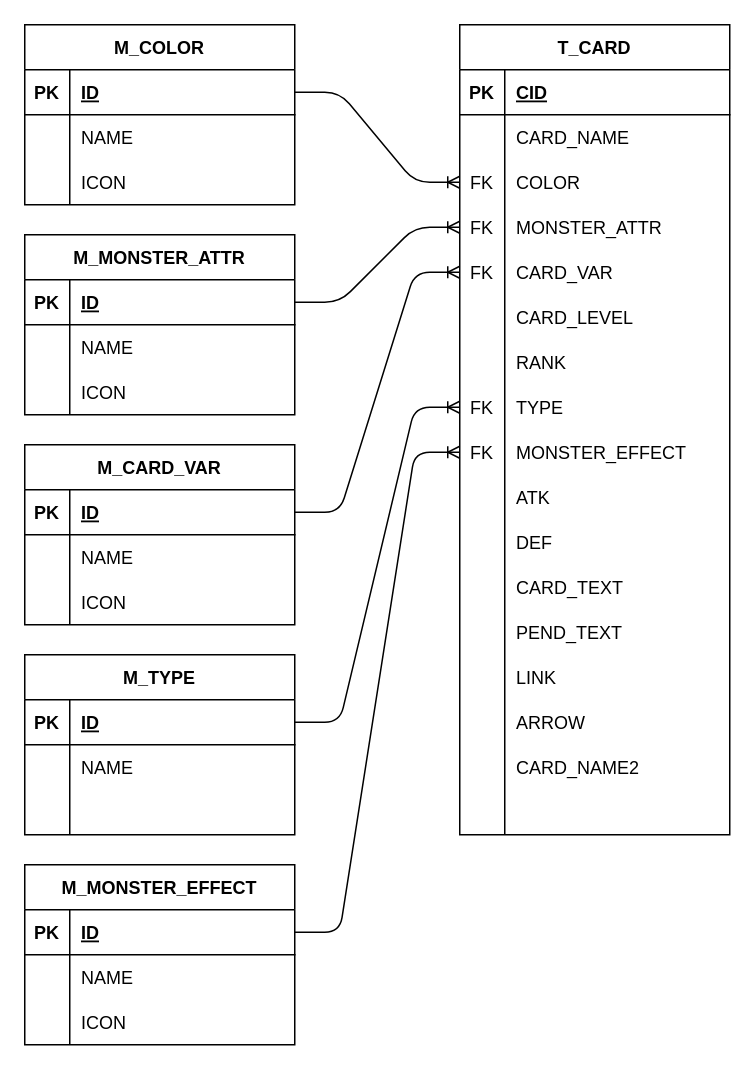
Above: Untitled Diagram.drawio in yutampp/proxycardmaker2 (draw.io), before the change. Source tidied: cells renumbered, new cells numbered last; positions are measured from the earlier drawing's top-left corner, leaving out a move shared by most shapes. Both pictures are drawn from the tidied source at 150%, with x=0, y=0 at pixel (24, 24).
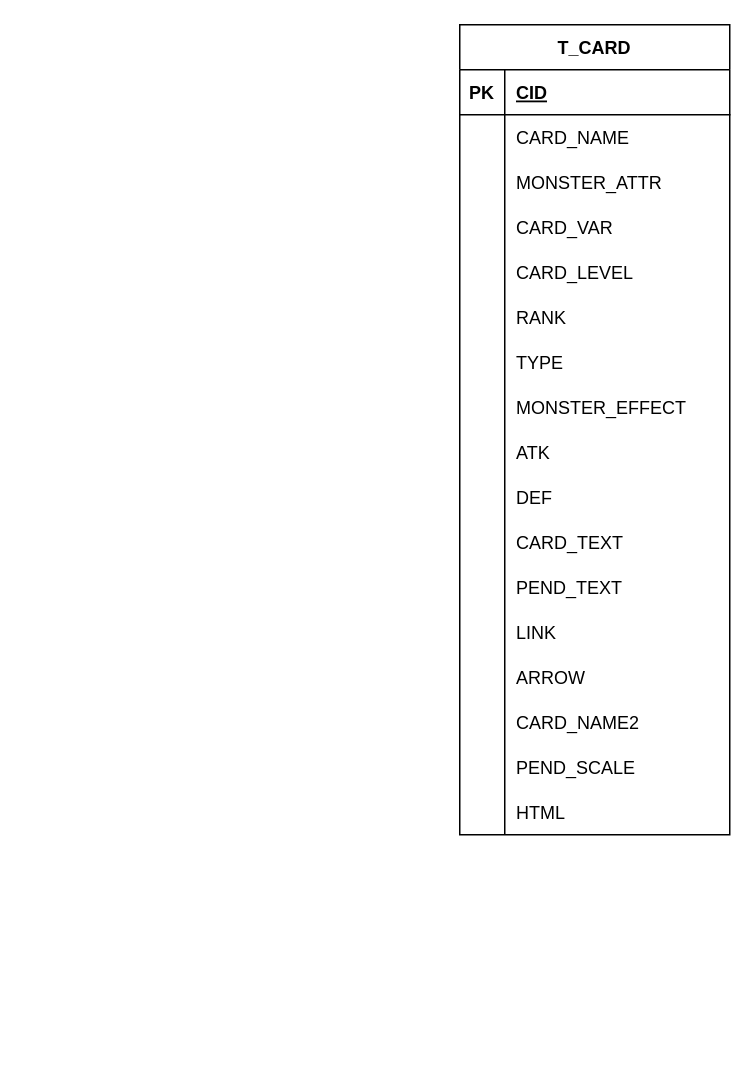
Above is the later version.

The change refers to these unchanged cells:
```xml
<mxCell id="53" value="T_CARD" style="shape=table;startSize=30;childLayout=tableLayout;rowLines=0;fontStyle=1;align=center;" parent="1" vertex="1">
  <mxGeometry x="290" width="180" height="540" as="geometry" />
</mxCell>
```

What changed in the source:
```diff
@@
-    <mxCell id="2" value="M_COLOR" style="shape=table;startSize=30;childLayout=tableLayout;rowLines=0;fontStyle=1;align=center;" parent="1" vertex="1">
-      <mxGeometry width="180" height="120" as="geometry" />
-    </mxCell>
-    <mxCell id="3" style="shape=partialRectangle;fillColor=none;top=0;left=0;bottom=1;right=0;points=[[0,0.5],[1,0.5]];portConstraint=eastwest;" parent="2" vertex="1">
-      <mxGeometry y="30" width="180" height="30" as="geometry" />
-    </mxCell>
-    <mxCell id="4" value="PK" style="shape=partialRectangle;fillColor=none;top=0;left=0;bottom=0;right=0;fontStyle=1;overflow=hidden;" parent="3" vertex="1">
-      <mxGeometry width="30" height="30" as="geometry" />
-    </mxCell>
-    <mxCell id="5" value="ID" style="shape=partialRectangle;fillColor=none;top=0;left=0;bottom=0;right=0;align=left;spacingLeft=6;fontStyle=5;overflow=hidden;" parent="3" vertex="1">
-      <mxGeometry x="30" width="150" height="30" as="geometry" />
-    </mxCell>
-    <mxCell id="6" style="shape=partialRectangle;fillColor=none;top=0;left=0;bottom=0;right=0;" parent="2" vertex="1">
-      <mxGeometry y="60" width="180" height="30" as="geometry" />
-    </mxCell>
-    <mxCell id="7" style="shape=partialRectangle;fillColor=none;top=0;left=0;bottom=0;right=0;overflow=hidden;" parent="6" vertex="1">
-      <mxGeometry width="30" height="30" as="geometry" />
-    </mxCell>
-    <mxCell id="8" value="NAME" style="shape=partialRectangle;fillColor=none;top=0;left=0;bottom=0;right=0;align=left;spacingLeft=6;overflow=hidden;" parent="6" vertex="1">
-      <mxGeometry x="30" width="150" height="30" as="geometry" />
-    </mxCell>
-    <mxCell id="9" style="shape=partialRectangle;fillColor=none;top=0;left=0;bottom=0;right=0;" parent="2" vertex="1">
-      <mxGeometry y="90" width="180" height="30" as="geometry" />
-    </mxCell>
-    <mxCell id="10" style="shape=partialRectangle;fillColor=none;top=0;left=0;bottom=0;right=0;overflow=hidden;" parent="9" vertex="1">
-      <mxGeometry width="30" height="30" as="geometry" />
-    </mxCell>
-    <mxCell id="11" value="ICON" style="shape=partialRectangle;fillColor=none;top=0;left=0;bottom=0;right=0;align=left;spacingLeft=6;overflow=hidden;" parent="9" vertex="1">
-      <mxGeometry x="30" width="150" height="30" as="geometry" />
-    </mxCell>
-    <mxCell id="12" value="M_MONSTER_ATTR" style="shape=table;startSize=30;childLayout=tableLayout;rowLines=0;fontStyle=1;align=center;" parent="1" vertex="1">
-      <mxGeometry y="140" width="180" height="120" as="geometry" />
-    </mxCell>
-    <mxCell id="13" style="shape=partialRectangle;fillColor=none;top=0;left=0;bottom=1;right=0;points=[[0,0.5],[1,0.5]];portConstraint=eastwest;" parent="12" vertex="1">
-      <mxGeometry y="30" width="180" height="30" as="geometry" />
-    </mxCell>
-    <mxCell id="14" value="PK" style="shape=partialRectangle;fillColor=none;top=0;left=0;bottom=0;right=0;fontStyle=1;overflow=hidden;" parent="13" vertex="1">
-      <mxGeometry width="30" height="30" as="geometry" />
-    </mxCell>
-    <mxCell id="15" value="ID" style="shape=partialRectangle;fillColor=none;top=0;left=0;bottom=0;right=0;align=left;spacingLeft=6;fontStyle=5;overflow=hidden;" parent="13" vertex="1">
-      <mxGeometry x="30" width="150" height="30" as="geometry" />
-    </mxCell>
-    <mxCell id="16" style="shape=partialRectangle;fillColor=none;top=0;left=0;bottom=0;right=0;" parent="12" vertex="1">
-      <mxGeometry y="60" width="180" height="30" as="geometry" />
-    </mxCell>
-    <mxCell id="17" style="shape=partialRectangle;fillColor=none;top=0;left=0;bottom=0;right=0;overflow=hidden;" parent="16" vertex="1">
-      <mxGeometry width="30" height="30" as="geometry" />
-    </mxCell>
-    <mxCell id="18" value="NAME" style="shape=partialRectangle;fillColor=none;top=0;left=0;bottom=0;right=0;align=left;spacingLeft=6;overflow=hidden;" parent="16" vertex="1">
-      <mxGeometry x="30" width="150" height="30" as="geometry" />
-    </mxCell>
-    <mxCell id="19" style="shape=partialRectangle;fillColor=none;top=0;left=0;bottom=0;right=0;" parent="12" vertex="1">
-      <mxGeometry y="90" width="180" height="30" as="geometry" />
-    </mxCell>
-    <mxCell id="20" style="shape=partialRectangle;fillColor=none;top=0;left=0;bottom=0;right=0;overflow=hidden;" parent="19" vertex="1">
-      <mxGeometry width="30" height="30" as="geometry" />
-    </mxCell>
-    <mxCell id="21" value="ICON" style="shape=partialRectangle;fillColor=none;top=0;left=0;bottom=0;right=0;align=left;spacingLeft=6;overflow=hidden;" parent="19" vertex="1">
-      <mxGeometry x="30" width="150" height="30" as="geometry" />
-    </mxCell>
-    <mxCell id="22" value="M_CARD_VAR" style="shape=table;startSize=30;childLayout=tableLayout;rowLines=0;fontStyle=1;align=center;" parent="1" vertex="1">
-      <mxGeometry y="280" width="180" height="120" as="geometry" />
-    </mxCell>
-    <mxCell id="23" style="shape=partialRectangle;fillColor=none;top=0;left=0;bottom=1;right=0;points=[[0,0.5],[1,0.5]];portConstraint=eastwest;" parent="22" vertex="1">
-      <mxGeometry y="30" width="180" height="30" as="geometry" />
-    </mxCell>
-    <mxCell id="24" value="PK" style="shape=partialRectangle;fillColor=none;top=0;left=0;bottom=0;right=0;fontStyle=1;overflow=hidden;" parent="23" vertex="1">
-      <mxGeometry width="30" height="30" as="geometry" />
-    </mxCell>
-    <mxCell id="25" value="ID" style="shape=partialRectangle;fillColor=none;top=0;left=0;bottom=0;right=0;align=left;spacingLeft=6;fontStyle=5;overflow=hidden;" parent="23" vertex="1">
-      <mxGeometry x="30" width="150" height="30" as="geometry" />
-    </mxCell>
-    <mxCell id="26" style="shape=partialRectangle;fillColor=none;top=0;left=0;bottom=0;right=0;" parent="22" vertex="1">
-      <mxGeometry y="60" width="180" height="30" as="geometry" />
-    </mxCell>
-    <mxCell id="27" style="shape=partialRectangle;fillColor=none;top=0;left=0;bottom=0;right=0;overflow=hidden;" parent="26" vertex="1">
-      <mxGeometry width="30" height="30" as="geometry" />
-    </mxCell>
-    <mxCell id="28" value="NAME" style="shape=partialRectangle;fillColor=none;top=0;left=0;bottom=0;right=0;align=left;spacingLeft=6;overflow=hidden;" parent="26" vertex="1">
-      <mxGeometry x="30" width="150" height="30" as="geometry" />
-    </mxCell>
-    <mxCell id="29" style="shape=partialRectangle;fillColor=none;top=0;left=0;bottom=0;right=0;" parent="22" vertex="1">
-      <mxGeometry y="90" width="180" height="30" as="geometry" />
-    </mxCell>
-    <mxCell id="30" style="shape=partialRectangle;fillColor=none;top=0;left=0;bottom=0;right=0;overflow=hidden;" parent="29" vertex="1">
-      <mxGeometry width="30" height="30" as="geometry" />
-    </mxCell>
-    <mxCell id="31" value="ICON" style="shape=partialRectangle;fillColor=none;top=0;left=0;bottom=0;right=0;align=left;spacingLeft=6;overflow=hidden;" parent="29" vertex="1">
-      <mxGeometry x="30" width="150" height="30" as="geometry" />
-    </mxCell>
-    <mxCell id="32" value="M_TYPE" style="shape=table;startSize=30;childLayout=tableLayout;rowLines=0;fontStyle=1;align=center;" parent="1" vertex="1">
-      <mxGeometry y="420" width="180" height="120" as="geometry" />
-    </mxCell>
-    <mxCell id="33" style="shape=partialRectangle;fillColor=none;top=0;left=0;bottom=1;right=0;points=[[0,0.5],[1,0.5]];portConstraint=eastwest;" parent="32" vertex="1">
-      <mxGeometry y="30" width="180" height="30" as="geometry" />
-    </mxCell>
-    <mxCell id="34" value="PK" style="shape=partialRectangle;fillColor=none;top=0;left=0;bottom=0;right=0;fontStyle=1;overflow=hidden;" parent="33" vertex="1">
-      <mxGeometry width="30" height="30" as="geometry" />
-    </mxCell>
-    <mxCell id="35" value="ID" style="shape=partialRectangle;fillColor=none;top=0;left=0;bottom=0;right=0;align=left;spacingLeft=6;fontStyle=5;overflow=hidden;" parent="33" vertex="1">
-      <mxGeometry x="30" width="150" height="30" as="geometry" />
-    </mxCell>
-    <mxCell id="36" style="shape=partialRectangle;fillColor=none;top=0;left=0;bottom=0;right=0;" parent="32" vertex="1">
-      <mxGeometry y="60" width="180" height="30" as="geometry" />
-    </mxCell>
-    <mxCell id="37" style="shape=partialRectangle;fillColor=none;top=0;left=0;bottom=0;right=0;overflow=hidden;" parent="36" vertex="1">
-      <mxGeometry width="30" height="30" as="geometry" />
-    </mxCell>
-    <mxCell id="38" value="NAME" style="shape=partialRectangle;fillColor=none;top=0;left=0;bottom=0;right=0;align=left;spacingLeft=6;overflow=hidden;" parent="36" vertex="1">
-      <mxGeometry x="30" width="150" height="30" as="geometry" />
-    </mxCell>
-    <mxCell id="39" style="shape=partialRectangle;fillColor=none;top=0;left=0;bottom=0;right=0;" parent="32" vertex="1">
-      <mxGeometry y="90" width="180" height="30" as="geometry" />
-    </mxCell>
-    <mxCell id="40" style="shape=partialRectangle;fillColor=none;top=0;left=0;bottom=0;right=0;overflow=hidden;" parent="39" vertex="1">
-      <mxGeometry width="30" height="30" as="geometry" />
-    </mxCell>
-    <mxCell id="41" style="shape=partialRectangle;fillColor=none;top=0;left=0;bottom=0;right=0;align=left;spacingLeft=6;overflow=hidden;" parent="39" vertex="1">
-      <mxGeometry x="30" width="150" height="30" as="geometry" />
-    </mxCell>
-    <mxCell id="42" value="M_MONSTER_EFFECT" style="shape=table;startSize=30;childLayout=tableLayout;rowLines=0;fontStyle=1;align=center;" parent="1" vertex="1">
-      <mxGeometry y="560" width="180" height="120" as="geometry" />
-    </mxCell>
-    <mxCell id="43" style="shape=partialRectangle;fillColor=none;top=0;left=0;bottom=1;right=0;points=[[0,0.5],[1,0.5]];portConstraint=eastwest;" parent="42" vertex="1">
-      <mxGeometry y="30" width="180" height="30" as="geometry" />
-    </mxCell>
-    <mxCell id="44" value="PK" style="shape=partialRectangle;fillColor=none;top=0;left=0;bottom=0;right=0;fontStyle=1;overflow=hidden;" parent="43" vertex="1">
-      <mxGeometry width="30" height="30" as="geometry" />
-    </mxCell>
-    <mxCell id="45" value="ID" style="shape=partialRectangle;fillColor=none;top=0;left=0;bottom=0;right=0;align=left;spacingLeft=6;fontStyle=5;overflow=hidden;" parent="43" vertex="1">
-      <mxGeometry x="30" width="150" height="30" as="geometry" />
-    </mxCell>
-    <mxCell id="46" style="shape=partialRectangle;fillColor=none;top=0;left=0;bottom=0;right=0;" parent="42" vertex="1">
-      <mxGeometry y="60" width="180" height="30" as="geometry" />
-    </mxCell>
-    <mxCell id="47" style="shape=partialRectangle;fillColor=none;top=0;left=0;bottom=0;right=0;overflow=hidden;" parent="46" vertex="1">
-      <mxGeometry width="30" height="30" as="geometry" />
-    </mxCell>
-    <mxCell id="48" value="NAME" style="shape=partialRectangle;fillColor=none;top=0;left=0;bottom=0;right=0;align=left;spacingLeft=6;overflow=hidden;" parent="46" vertex="1">
-      <mxGeometry x="30" width="150" height="30" as="geometry" />
-    </mxCell>
-    <mxCell id="49" style="shape=partialRectangle;fillColor=none;top=0;left=0;bottom=0;right=0;" parent="42" vertex="1">
-      <mxGeometry y="90" width="180" height="30" as="geometry" />
-    </mxCell>
-    <mxCell id="50" style="shape=partialRectangle;fillColor=none;top=0;left=0;bottom=0;right=0;overflow=hidden;" parent="49" vertex="1">
-      <mxGeometry width="30" height="30" as="geometry" />
-    </mxCell>
-    <mxCell id="51" value="ICON" style="shape=partialRectangle;fillColor=none;top=0;left=0;bottom=0;right=0;align=left;spacingLeft=6;overflow=hidden;" parent="49" vertex="1">
-      <mxGeometry x="30" width="150" height="30" as="geometry" />
-    </mxCell>
-    <mxCell id="52" style="edgeStyle=entityRelationEdgeStyle;fontSize=12;html=1;endArrow=ERoneToMany;exitX=1;exitY=0.5;exitDx=0;exitDy=0;" parent="1" edge="1" source="3" target="60">
-      <mxGeometry relative="1" as="geometry" />
-    </mxCell>
@@
-    <mxCell id="60" style="shape=partialRectangle;fillColor=none;top=0;left=0;bottom=0;right=0;points=[[0,0.5],[1,0.5]];portConstraint=eastwest;" parent="53" vertex="1">
-      <mxGeometry y="90" width="180" height="30" as="geometry" />
-    </mxCell>
-    <mxCell id="61" value="FK" style="shape=partialRectangle;fillColor=none;top=0;left=0;bottom=0;right=0;overflow=hidden;" parent="60" vertex="1">
-      <mxGeometry width="30" height="30" as="geometry" />
-    </mxCell>
-    <mxCell id="62" value="COLOR" style="shape=partialRectangle;fillColor=none;top=0;left=0;bottom=0;right=0;align=left;spacingLeft=6;overflow=hidden;" parent="60" vertex="1">
-      <mxGeometry x="30" width="150" height="30" as="geometry" />
-    </mxCell>
     <mxCell id="63" style="shape=partialRectangle;fillColor=none;top=0;left=0;bottom=0;right=0;points=[[0,0.5],[1,0.5]];portConstraint=eastwest;" parent="53" vertex="1">
-      <mxGeometry y="120" width="180" height="30" as="geometry" />
+      <mxGeometry y="90" width="180" height="30" as="geometry" />
     </mxCell>
-    <mxCell id="64" value="FK" style="shape=partialRectangle;fillColor=none;top=0;left=0;bottom=0;right=0;overflow=hidden;" parent="63" vertex="1">
+    <mxCell id="64" style="shape=partialRectangle;fillColor=none;top=0;left=0;bottom=0;right=0;overflow=hidden;" parent="63" vertex="1">
       <mxGeometry width="30" height="30" as="geometry" />
     </mxCell>
@@
     <mxCell id="66" style="shape=partialRectangle;fillColor=none;top=0;left=0;bottom=0;right=0;points=[[0,0.5],[1,0.5]];portConstraint=eastwest;" parent="53" vertex="1">
-      <mxGeometry y="150" width="180" height="30" as="geometry" />
+      <mxGeometry y="120" width="180" height="30" as="geometry" />
     </mxCell>
-    <mxCell id="67" value="FK" style="shape=partialRectangle;fillColor=none;top=0;left=0;bottom=0;right=0;overflow=hidden;" parent="66" vertex="1">
+    <mxCell id="67" style="shape=partialRectangle;fillColor=none;top=0;left=0;bottom=0;right=0;overflow=hidden;" parent="66" vertex="1">
       <mxGeometry width="30" height="30" as="geometry" />
     </mxCell>
@@
     <mxCell id="69" style="shape=partialRectangle;fillColor=none;top=0;left=0;bottom=0;right=0;" parent="53" vertex="1">
-      <mxGeometry y="180" width="180" height="30" as="geometry" />
+      <mxGeometry y="150" width="180" height="30" as="geometry" />
     </mxCell>
@@
     <mxCell id="72" style="shape=partialRectangle;fillColor=none;top=0;left=0;bottom=0;right=0;" parent="53" vertex="1">
-      <mxGeometry y="210" width="180" height="30" as="geometry" />
+      <mxGeometry y="180" width="180" height="30" as="geometry" />
     </mxCell>
@@
     <mxCell id="75" style="shape=partialRectangle;fillColor=none;top=0;left=0;bottom=0;right=0;points=[[0,0.5],[1,0.5]];portConstraint=eastwest;" parent="53" vertex="1">
-      <mxGeometry y="240" width="180" height="30" as="geometry" />
+      <mxGeometry y="210" width="180" height="30" as="geometry" />
     </mxCell>
-    <mxCell id="76" value="FK" style="shape=partialRectangle;fillColor=none;top=0;left=0;bottom=0;right=0;overflow=hidden;" parent="75" vertex="1">
+    <mxCell id="76" style="shape=partialRectangle;fillColor=none;top=0;left=0;bottom=0;right=0;overflow=hidden;" parent="75" vertex="1">
       <mxGeometry width="30" height="30" as="geometry" />
     </mxCell>
@@
     <mxCell id="78" style="shape=partialRectangle;fillColor=none;top=0;left=0;bottom=0;right=0;points=[[0,0.5],[1,0.5]];portConstraint=eastwest;" parent="53" vertex="1">
-      <mxGeometry y="270" width="180" height="30" as="geometry" />
+      <mxGeometry y="240" width="180" height="30" as="geometry" />
     </mxCell>
-    <mxCell id="79" value="FK" style="shape=partialRectangle;fillColor=none;top=0;left=0;bottom=0;right=0;overflow=hidden;" parent="78" vertex="1">
+    <mxCell id="79" style="shape=partialRectangle;fillColor=none;top=0;left=0;bottom=0;right=0;overflow=hidden;" parent="78" vertex="1">
       <mxGeometry width="30" height="30" as="geometry" />
     </mxCell>
@@
     <mxCell id="81" style="shape=partialRectangle;fillColor=none;top=0;left=0;bottom=0;right=0;" parent="53" vertex="1">
-      <mxGeometry y="300" width="180" height="30" as="geometry" />
+      <mxGeometry y="270" width="180" height="30" as="geometry" />
     </mxCell>
@@
     <mxCell id="84" style="shape=partialRectangle;fillColor=none;top=0;left=0;bottom=0;right=0;" parent="53" vertex="1">
-      <mxGeometry y="330" width="180" height="30" as="geometry" />
+      <mxGeometry y="300" width="180" height="30" as="geometry" />
     </mxCell>
@@
     <mxCell id="87" style="shape=partialRectangle;fillColor=none;top=0;left=0;bottom=0;right=0;" parent="53" vertex="1">
-      <mxGeometry y="360" width="180" height="30" as="geometry" />
+      <mxGeometry y="330" width="180" height="30" as="geometry" />
     </mxCell>
@@
     <mxCell id="90" style="shape=partialRectangle;fillColor=none;top=0;left=0;bottom=0;right=0;" parent="53" vertex="1">
-      <mxGeometry y="390" width="180" height="30" as="geometry" />
+      <mxGeometry y="360" width="180" height="30" as="geometry" />
     </mxCell>
@@
     <mxCell id="93" style="shape=partialRectangle;fillColor=none;top=0;left=0;bottom=0;right=0;" parent="53" vertex="1">
-      <mxGeometry y="420" width="180" height="30" as="geometry" />
+      <mxGeometry y="390" width="180" height="30" as="geometry" />
     </mxCell>
@@
     <mxCell id="96" style="shape=partialRectangle;fillColor=none;top=0;left=0;bottom=0;right=0;" parent="53" vertex="1">
-      <mxGeometry y="450" width="180" height="30" as="geometry" />
+      <mxGeometry y="420" width="180" height="30" as="geometry" />
     </mxCell>
@@
     <mxCell id="99" style="shape=partialRectangle;fillColor=none;top=0;left=0;bottom=0;right=0;" parent="53" vertex="1">
-      <mxGeometry y="480" width="180" height="30" as="geometry" />
+      <mxGeometry y="450" width="180" height="30" as="geometry" />
     </mxCell>
@@
     <mxCell id="102" style="shape=partialRectangle;fillColor=none;top=0;left=0;bottom=0;right=0;" parent="53" vertex="1">
-      <mxGeometry y="510" width="180" height="30" as="geometry" />
+      <mxGeometry y="480" width="180" height="30" as="geometry" />
     </mxCell>
@@
-    <mxCell id="104" style="shape=partialRectangle;fillColor=none;top=0;left=0;bottom=0;right=0;align=left;spacingLeft=6;overflow=hidden;" parent="102" vertex="1">
+    <mxCell id="104" value="PEND_SCALE" style="shape=partialRectangle;fillColor=none;top=0;left=0;bottom=0;right=0;align=left;spacingLeft=6;overflow=hidden;" parent="102" vertex="1">
       <mxGeometry x="30" width="150" height="30" as="geometry" />
     </mxCell>
-    <mxCell id="105" style="edgeStyle=entityRelationEdgeStyle;fontSize=12;html=1;endArrow=ERoneToMany;exitX=1;exitY=0.5;exitDx=0;exitDy=0;entryX=0;entryY=0.5;entryDx=0;entryDy=0;" parent="1" edge="1" source="13" target="63">
-      <mxGeometry relative="1" as="geometry" />
-    </mxCell>
-    <mxCell id="106" style="edgeStyle=entityRelationEdgeStyle;fontSize=12;html=1;endArrow=ERoneToMany;exitX=1;exitY=0.5;exitDx=0;exitDy=0;entryX=0;entryY=0.5;entryDx=0;entryDy=0;" parent="1" edge="1" source="23" target="66">
-      <mxGeometry relative="1" as="geometry" />
-    </mxCell>
-    <mxCell id="107" style="edgeStyle=entityRelationEdgeStyle;fontSize=12;html=1;endArrow=ERoneToMany;exitX=1;exitY=0.5;exitDx=0;exitDy=0;entryX=0;entryY=0.5;entryDx=0;entryDy=0;" parent="1" edge="1" source="33" target="75">
-      <mxGeometry relative="1" as="geometry" />
-    </mxCell>
-    <mxCell id="108" style="edgeStyle=entityRelationEdgeStyle;fontSize=12;html=1;endArrow=ERoneToMany;exitX=1;exitY=0.5;exitDx=0;exitDy=0;entryX=0;entryY=0.5;entryDx=0;entryDy=0;" parent="1" edge="1" source="43" target="78">
-      <mxGeometry relative="1" as="geometry" />
-    </mxCell>
+    <mxCell id="109" style="shape=partialRectangle;fillColor=none;top=0;left=0;bottom=0;right=0;" parent="53" vertex="1">
+      <mxGeometry y="510" width="180" height="30" as="geometry" />
+    </mxCell>
+    <mxCell id="110" style="shape=partialRectangle;fillColor=none;top=0;left=0;bottom=0;right=0;overflow=hidden;" parent="109" vertex="1">
+      <mxGeometry width="30" height="30" as="geometry" />
+    </mxCell>
+    <mxCell id="111" value="HTML" style="shape=partialRectangle;fillColor=none;top=0;left=0;bottom=0;right=0;align=left;spacingLeft=6;overflow=hidden;" parent="109" vertex="1">
+      <mxGeometry x="30" width="150" height="30" as="geometry" />
+    </mxCell>
```
